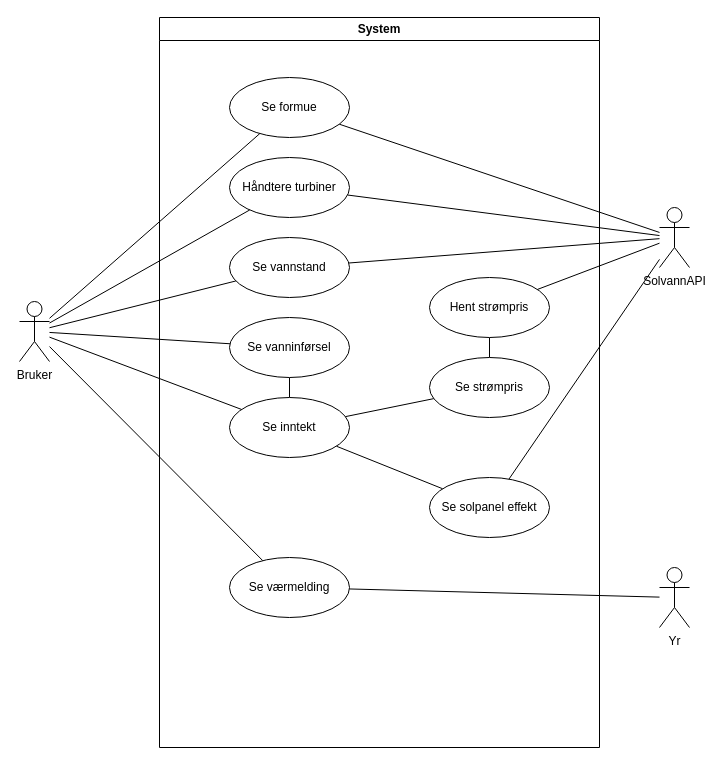
USN-Gjengen/APP2000_Gruppe06_Solvann-Driftsystem keeps this draw.io diagram as page "UseCaseContextDiagram" (2 of 2) of UML.drawio. Above is the earlier version. Source tidied: cells renumbered, new cells numbered last; positions are measured from the earlier drawing's top-left corner, leaving out a move shared by most shapes. Both pictures are drawn from the tidied source at 100%, with x=0, y=0 at pixel (19, 17).
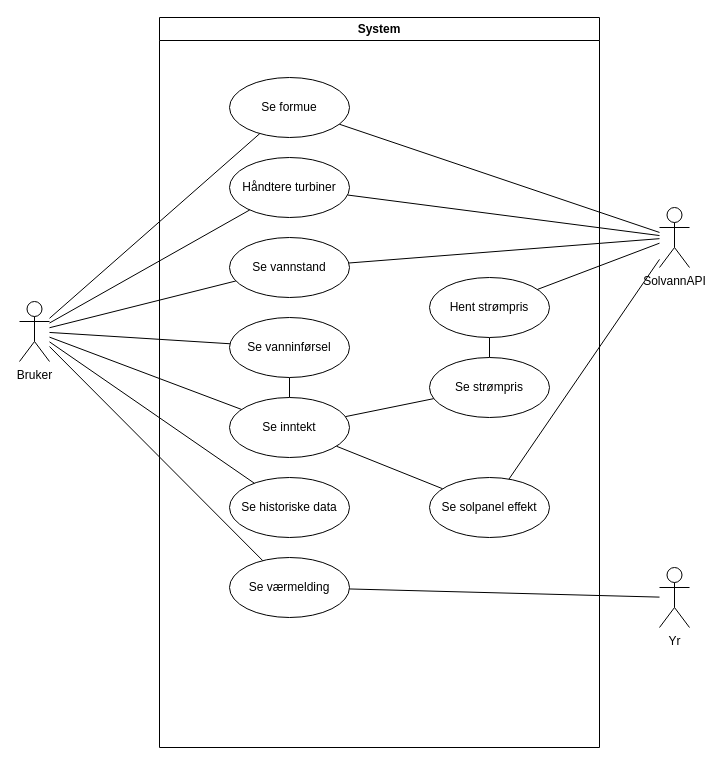
The same page after the edit.

Commit message:
Add historiske data

Unchanged cells that the change refers to:
```xml
<mxCell id="2" value="System" style="swimlane;whiteSpace=wrap;html=1;" parent="1" vertex="1">
  <mxGeometry x="140" width="440" height="730" as="geometry" />
</mxCell>
<mxCell id="22" value="Bruker" style="shape=umlActor;verticalLabelPosition=bottom;verticalAlign=top;html=1;outlineConnect=0;" parent="1" vertex="1">
  <mxGeometry y="284" width="30" height="60" as="geometry" />
</mxCell>
```

What changed in the source:
```diff
@@
+    <mxCell id="31" value="Se historiske data" style="ellipse;whiteSpace=wrap;html=1;" parent="2" vertex="1">
+      <mxGeometry x="70" y="460" width="120" height="60" as="geometry" />
+    </mxCell>
@@
+    <mxCell id="32" style="edgeStyle=none;rounded=0;jettySize=auto;html=1;endArrow=none;endFill=0;" parent="1" edge="1" source="22" target="31">
+      <mxGeometry relative="1" as="geometry" />
+    </mxCell>
```
